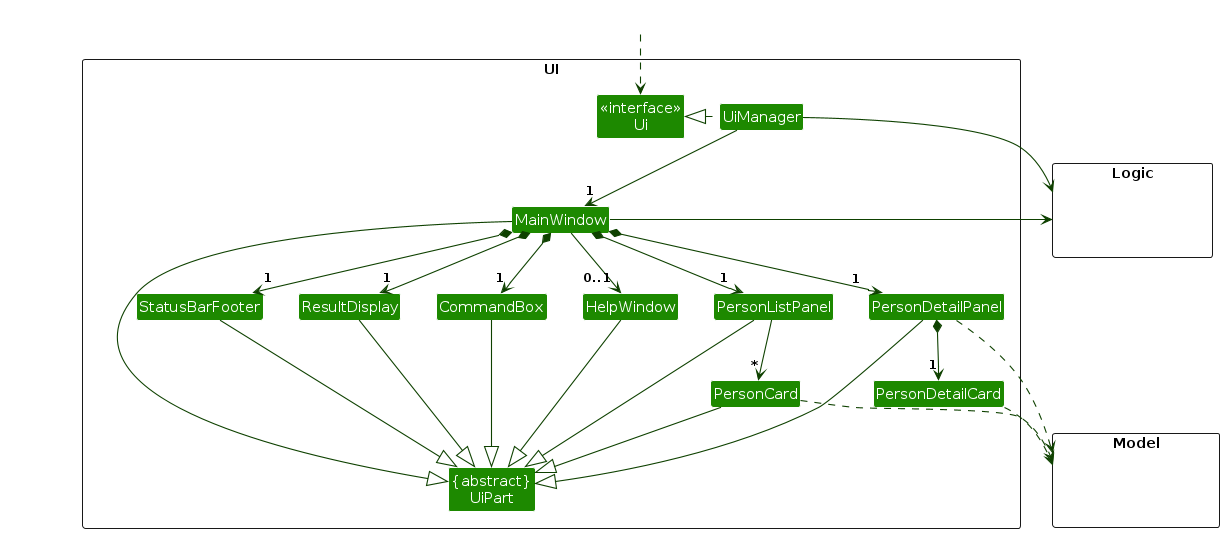
Earlier version of the PlantUML export diagrams/UiClassDiagram.png (AY2526S2-CS2103-F09-4/tp). Its source is kept beside it as diagrams/UiClassDiagram.puml. The source it was exported from:
```plantuml
@startuml
!include style.puml
skinparam arrowThickness 1.1
skinparam arrowColor UI_COLOR_T4
skinparam classBackgroundColor UI_COLOR

package UI <<Rectangle>>{
Class "<<interface>>\nUi" as Ui
Class "{abstract}\nUiPart" as UiPart
Class UiManager
Class MainWindow
Class HelpWindow
Class ResultDisplay
Class PersonListPanel
Class PersonCard
Class StatusBarFooter
Class CommandBox
Class PersonDetailPanel
Class PersonDetailCard
}

package Model <<Rectangle>> {
Class HiddenModel #FFFFFF
}

package Logic <<Rectangle>> {
Class HiddenLogic #FFFFFF
}

Class HiddenOutside #FFFFFF
HiddenOutside ..> Ui

UiManager .left.|> Ui
UiManager -down-> "1" MainWindow
MainWindow *-down->  "1" CommandBox
MainWindow *-down-> "1" ResultDisplay
MainWindow *-down-> "1" PersonListPanel
MainWindow *-down-> "1" StatusBarFooter
MainWindow *-down-> "1" PersonDetailPanel
MainWindow --> "0..1" HelpWindow

PersonListPanel -down-> "*" PersonCard

PersonDetailPanel *-down-> "1" PersonDetailCard

MainWindow -left-|> UiPart

ResultDisplay --|> UiPart
CommandBox --|> UiPart
PersonListPanel --|> UiPart
PersonCard --|> UiPart
StatusBarFooter --|> UiPart
HelpWindow --|> UiPart
PersonDetailPanel --|> UiPart

PersonCard ..> Model
PersonDetailPanel ..> Model
PersonDetailCard ..> Model
UiManager -right-> Logic
MainWindow -left-> Logic

PersonListPanel -[hidden]left- HelpWindow
HelpWindow -[hidden]left- CommandBox
CommandBox -[hidden]left- ResultDisplay
ResultDisplay -[hidden]left- StatusBarFooter

MainWindow -[hidden]-|> UiPart
@enduml
```
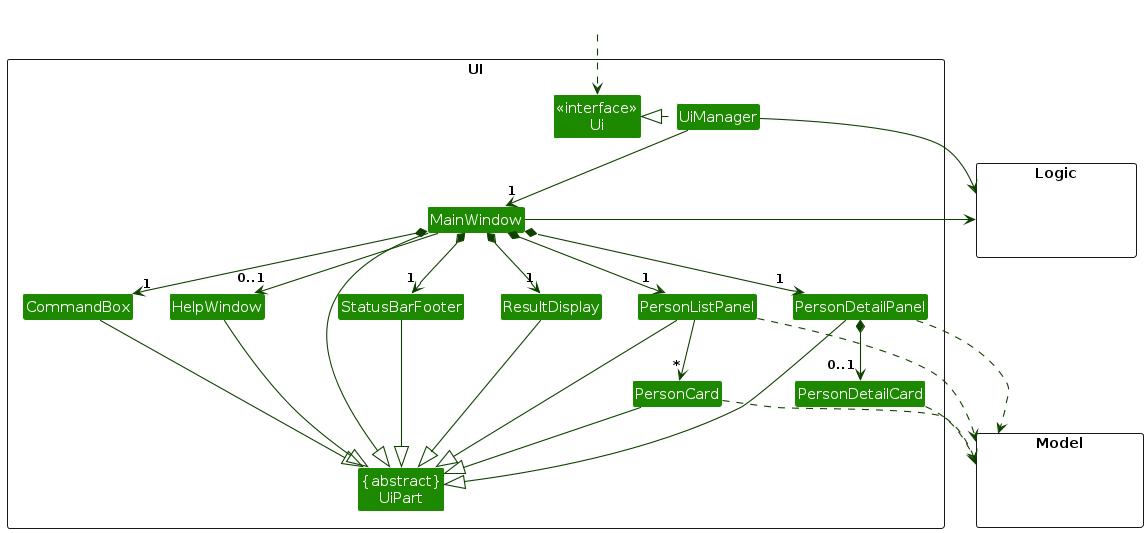
Above is the later version.

Change to the diagram source:
```diff
@@ -41,7 +41,7 @@
 
 PersonListPanel -down-> "*" PersonCard
 
-PersonDetailPanel *-down-> "1" PersonDetailCard
+PersonDetailPanel *-down-> "0..1" PersonDetailCard
 
 MainWindow -left-|> UiPart
 
@@ -54,6 +54,7 @@
 PersonDetailPanel --|> UiPart
 
 PersonCard ..> Model
+PersonListPanel ..> Model
 PersonDetailPanel ..> Model
 PersonDetailCard ..> Model
 UiManager -right-> Logic
```
